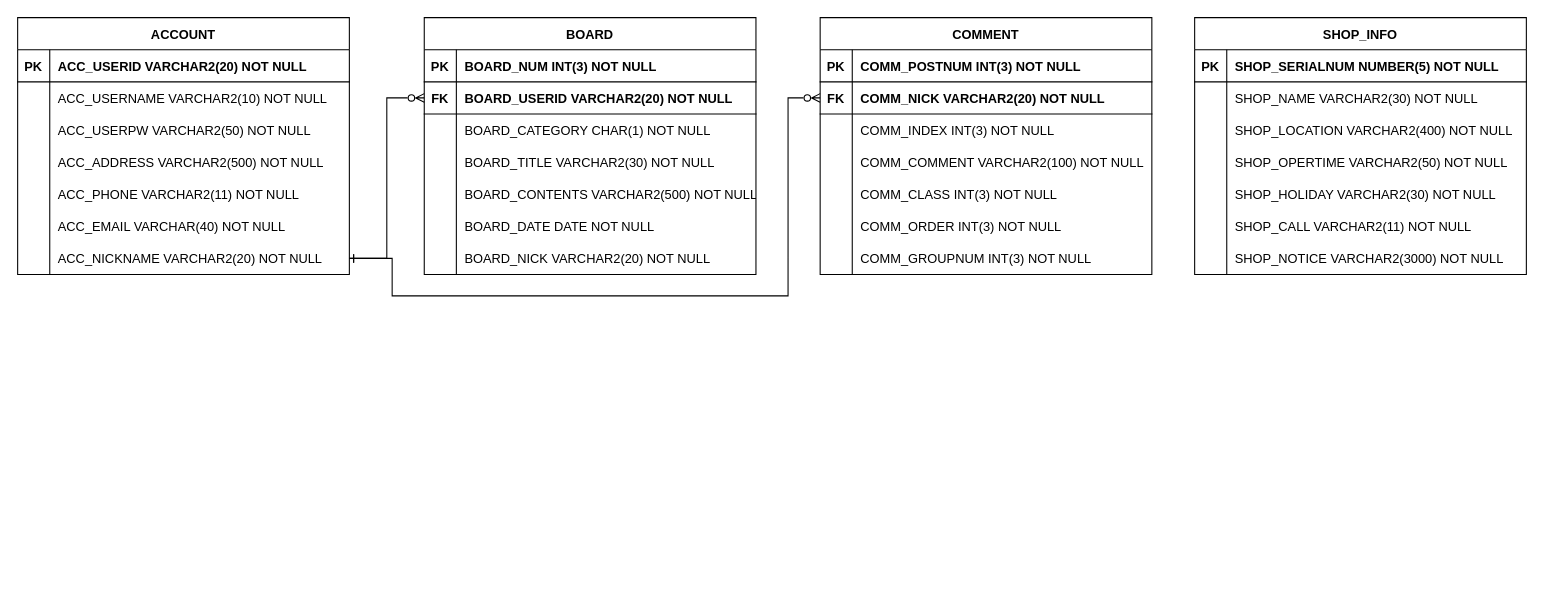
Earlier version of the draw.io diagram page "ENGLISH" (1 of 2) of ERD_capstone.drawio (jgy2808/TERM_Project). Source tidied: cells renumbered, new cells numbered last; positions are measured from the earlier drawing's top-left corner, leaving out a move shared by most shapes. Both pictures are drawn from the tidied source at 107%, with x=0, y=0 at pixel (17, 17).
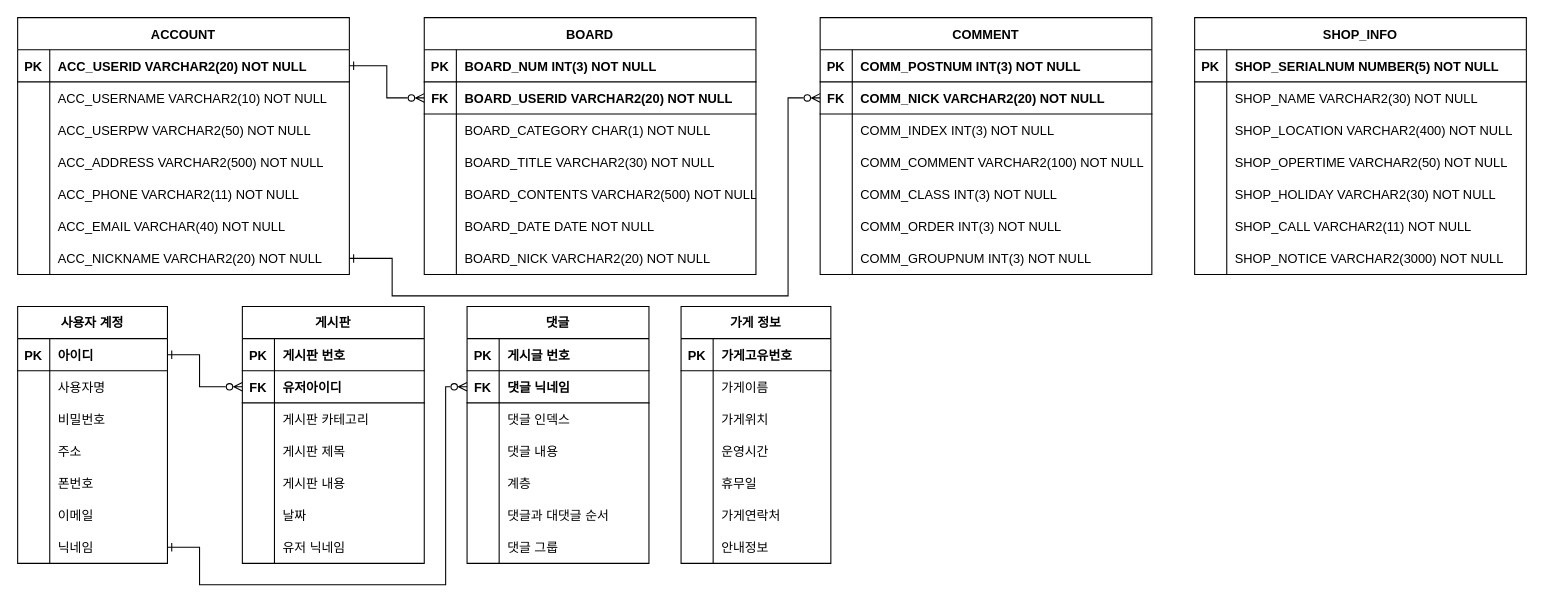
The same diagram, later.

Unchanged cells that the change refers to:
```xml
<mxCell id="3" style="shape=partialRectangle;fillColor=none;points=[[0,0.5],[1,0.5]];portConstraint=eastwest;top=0;left=0;right=0;bottom=1;" parent="2" vertex="1">
  <mxGeometry y="30" width="310" height="30" as="geometry" />
</mxCell>
<mxCell id="21" style="shape=partialRectangle;fillColor=none;points=[[0,0.5],[1,0.5]];portConstraint=eastwest;top=0;left=0;right=0;bottom=0;" parent="2" vertex="1">
  <mxGeometry y="210" width="310" height="30" as="geometry" />
</mxCell>
<mxCell id="28" style="shape=partialRectangle;fillColor=none;points=[[0,0.5],[1,0.5]];portConstraint=eastwest;top=0;left=0;right=0;bottom=1;" parent="24" vertex="1">
  <mxGeometry y="60" width="310" height="30" as="geometry" />
</mxCell>
```

Change to the diagram source:
```diff
@@
-    <mxCell id="68" style="edgeStyle=orthogonalEdgeStyle;rounded=0;jettySize=auto;html=1;exitX=1;exitY=0.5;exitDx=0;exitDy=0;entryX=0;entryY=0.5;entryDx=0;entryDy=0;endArrow=ERzeroToMany;endFill=0;startArrow=ERone;startFill=0;" parent="1" edge="1" source="21" target="28">
+    <mxCell id="68" style="edgeStyle=orthogonalEdgeStyle;rounded=0;jettySize=auto;html=1;exitX=1;exitY=0.5;exitDx=0;exitDy=0;entryX=0;entryY=0.5;entryDx=0;entryDy=0;endArrow=ERzeroToMany;endFill=0;startArrow=ERone;startFill=0;" parent="1" edge="1" source="3" target="28">
       <mxGeometry relative="1" as="geometry" />
     </mxCell>
@@
+    <mxCell id="92" value="사용자 계정" style="shape=table;startSize=30;childLayout=tableLayout;rowLines=0;fontStyle=1;align=center;" parent="1" vertex="1">
+      <mxGeometry y="270" width="140" height="240" as="geometry" />
+    </mxCell>
+    <mxCell id="93" style="shape=partialRectangle;fillColor=none;points=[[0,0.5],[1,0.5]];portConstraint=eastwest;top=0;left=0;right=0;bottom=1;" parent="92" vertex="1">
+      <mxGeometry y="30" width="140" height="30" as="geometry" />
+    </mxCell>
+    <mxCell id="94" value="PK" style="shape=partialRectangle;overflow=hidden;fillColor=none;top=0;left=0;bottom=0;right=0;fontStyle=1;" parent="93" vertex="1">
+      <mxGeometry width="30" height="30" as="geometry" />
+    </mxCell>
+    <mxCell id="95" value="아이디" style="shape=partialRectangle;overflow=hidden;fillColor=none;top=0;left=0;bottom=0;right=0;align=left;spacingLeft=6;fontStyle=1;" parent="93" vertex="1">
+      <mxGeometry x="30" width="110" height="30" as="geometry" />
+    </mxCell>
+    <mxCell id="96" style="shape=partialRectangle;fillColor=none;top=0;left=0;right=0;bottom=0;" parent="92" vertex="1">
+      <mxGeometry y="60" width="140" height="30" as="geometry" />
+    </mxCell>
+    <mxCell id="97" style="shape=partialRectangle;overflow=hidden;fillColor=none;top=0;left=0;bottom=0;right=0;" parent="96" vertex="1">
+      <mxGeometry width="30" height="30" as="geometry" />
+    </mxCell>
+    <mxCell id="98" value="사용자명" style="shape=partialRectangle;overflow=hidden;fillColor=none;top=0;left=0;bottom=0;right=0;align=left;spacingLeft=6;" parent="96" vertex="1">
+      <mxGeometry x="30" width="110" height="30" as="geometry" />
+    </mxCell>
+    <mxCell id="99" style="shape=partialRectangle;fillColor=none;top=0;left=0;right=0;bottom=0;" parent="92" vertex="1">
+      <mxGeometry y="90" width="140" height="30" as="geometry" />
+    </mxCell>
+    <mxCell id="100" style="shape=partialRectangle;overflow=hidden;fillColor=none;top=0;left=0;bottom=0;right=0;" parent="99" vertex="1">
+      <mxGeometry width="30" height="30" as="geometry" />
+    </mxCell>
+    <mxCell id="101" value="비밀번호" style="shape=partialRectangle;overflow=hidden;fillColor=none;top=0;left=0;bottom=0;right=0;align=left;spacingLeft=6;" parent="99" vertex="1">
+      <mxGeometry x="30" width="110" height="30" as="geometry" />
+    </mxCell>
+    <mxCell id="102" style="shape=partialRectangle;fillColor=none;top=0;left=0;right=0;bottom=0;" parent="92" vertex="1">
+      <mxGeometry y="120" width="140" height="30" as="geometry" />
+    </mxCell>
+    <mxCell id="103" style="shape=partialRectangle;overflow=hidden;fillColor=none;top=0;left=0;bottom=0;right=0;" parent="102" vertex="1">
+      <mxGeometry width="30" height="30" as="geometry" />
+    </mxCell>
+    <mxCell id="104" value="주소" style="shape=partialRectangle;overflow=hidden;fillColor=none;top=0;left=0;bottom=0;right=0;align=left;spacingLeft=6;" parent="102" vertex="1">
+      <mxGeometry x="30" width="110" height="30" as="geometry" />
+    </mxCell>
+    <mxCell id="105" style="shape=partialRectangle;fillColor=none;top=0;left=0;right=0;bottom=0;" parent="92" vertex="1">
+      <mxGeometry y="150" width="140" height="30" as="geometry" />
+    </mxCell>
+    <mxCell id="106" style="shape=partialRectangle;overflow=hidden;fillColor=none;top=0;left=0;bottom=0;right=0;" parent="105" vertex="1">
+      <mxGeometry width="30" height="30" as="geometry" />
+    </mxCell>
+    <mxCell id="107" value="폰번호" style="shape=partialRectangle;overflow=hidden;fillColor=none;top=0;left=0;bottom=0;right=0;align=left;spacingLeft=6;" parent="105" vertex="1">
+      <mxGeometry x="30" width="110" height="30" as="geometry" />
+    </mxCell>
+    <mxCell id="108" style="shape=partialRectangle;fillColor=none;top=0;left=0;right=0;bottom=0;" parent="92" vertex="1">
+      <mxGeometry y="180" width="140" height="30" as="geometry" />
+    </mxCell>
+    <mxCell id="109" style="shape=partialRectangle;overflow=hidden;fillColor=none;top=0;left=0;bottom=0;right=0;" parent="108" vertex="1">
+      <mxGeometry width="30" height="30" as="geometry" />
+    </mxCell>
+    <mxCell id="110" value="이메일" style="shape=partialRectangle;overflow=hidden;fillColor=none;top=0;left=0;bottom=0;right=0;align=left;spacingLeft=6;" parent="108" vertex="1">
+      <mxGeometry x="30" width="110" height="30" as="geometry" />
+    </mxCell>
+    <mxCell id="111" style="shape=partialRectangle;fillColor=none;points=[[0,0.5],[1,0.5]];portConstraint=eastwest;top=0;left=0;right=0;bottom=0;" parent="92" vertex="1">
+      <mxGeometry y="210" width="140" height="30" as="geometry" />
+    </mxCell>
+    <mxCell id="112" style="shape=partialRectangle;overflow=hidden;fillColor=none;top=0;left=0;bottom=0;right=0;" parent="111" vertex="1">
+      <mxGeometry width="30" height="30" as="geometry" />
+    </mxCell>
+    <mxCell id="113" value="닉네임" style="shape=partialRectangle;overflow=hidden;fillColor=none;top=0;left=0;bottom=0;right=0;align=left;spacingLeft=6;" parent="111" vertex="1">
+      <mxGeometry x="30" width="110" height="30" as="geometry" />
+    </mxCell>
+    <mxCell id="114" value="게시판" style="shape=table;startSize=30;childLayout=tableLayout;rowLines=0;fontStyle=1;align=center;" parent="1" vertex="1">
+      <mxGeometry x="210" y="270" width="170" height="240" as="geometry" />
+    </mxCell>
+    <mxCell id="115" style="shape=partialRectangle;fillColor=none;top=0;left=0;right=0;bottom=1;" parent="114" vertex="1">
+      <mxGeometry y="30" width="170" height="30" as="geometry" />
+    </mxCell>
+    <mxCell id="116" value="PK" style="shape=partialRectangle;overflow=hidden;fillColor=none;top=0;left=0;bottom=0;right=0;fontStyle=1;" parent="115" vertex="1">
+      <mxGeometry width="30" height="30" as="geometry" />
+    </mxCell>
+    <mxCell id="117" value="게시판 번호" style="shape=partialRectangle;overflow=hidden;fillColor=none;top=0;left=0;bottom=0;right=0;align=left;spacingLeft=6;fontStyle=1;" parent="115" vertex="1">
+      <mxGeometry x="30" width="140" height="30" as="geometry" />
+    </mxCell>
+    <mxCell id="118" style="shape=partialRectangle;fillColor=none;points=[[0,0.5],[1,0.5]];portConstraint=eastwest;top=0;left=0;right=0;bottom=1;" parent="114" vertex="1">
+      <mxGeometry y="60" width="170" height="30" as="geometry" />
+    </mxCell>
+    <mxCell id="119" value="FK" style="shape=partialRectangle;overflow=hidden;fillColor=none;top=0;left=0;bottom=0;right=0;fontStyle=1;" parent="118" vertex="1">
+      <mxGeometry width="30" height="30" as="geometry" />
+    </mxCell>
+    <mxCell id="120" value="유저아이디" style="shape=partialRectangle;overflow=hidden;fillColor=none;top=0;left=0;bottom=0;right=0;align=left;spacingLeft=6;fontStyle=1;" parent="118" vertex="1">
+      <mxGeometry x="30" width="140" height="30" as="geometry" />
+    </mxCell>
+    <mxCell id="121" style="shape=partialRectangle;fillColor=none;top=0;left=0;right=0;bottom=0;" parent="114" vertex="1">
+      <mxGeometry y="90" width="170" height="30" as="geometry" />
+    </mxCell>
+    <mxCell id="122" style="shape=partialRectangle;overflow=hidden;fillColor=none;top=0;left=0;bottom=0;right=0;" parent="121" vertex="1">
+      <mxGeometry width="30" height="30" as="geometry" />
+    </mxCell>
+    <mxCell id="123" value="게시판 카테고리" style="shape=partialRectangle;overflow=hidden;fillColor=none;top=0;left=0;bottom=0;right=0;align=left;spacingLeft=6;" parent="121" vertex="1">
+      <mxGeometry x="30" width="140" height="30" as="geometry" />
+    </mxCell>
+    <mxCell id="124" style="shape=partialRectangle;fillColor=none;top=0;left=0;right=0;bottom=0;" parent="114" vertex="1">
+      <mxGeometry y="120" width="170" height="30" as="geometry" />
+    </mxCell>
+    <mxCell id="125" style="shape=partialRectangle;overflow=hidden;fillColor=none;top=0;left=0;bottom=0;right=0;" parent="124" vertex="1">
+      <mxGeometry width="30" height="30" as="geometry" />
+    </mxCell>
+    <mxCell id="126" value="게시판 제목" style="shape=partialRectangle;overflow=hidden;fillColor=none;top=0;left=0;bottom=0;right=0;align=left;spacingLeft=6;" parent="124" vertex="1">
+      <mxGeometry x="30" width="140" height="30" as="geometry" />
+    </mxCell>
+    <mxCell id="127" style="shape=partialRectangle;fillColor=none;top=0;left=0;right=0;bottom=0;" parent="114" vertex="1">
+      <mxGeometry y="150" width="170" height="30" as="geometry" />
+    </mxCell>
+    <mxCell id="128" style="shape=partialRectangle;overflow=hidden;fillColor=none;top=0;left=0;bottom=0;right=0;" parent="127" vertex="1">
+      <mxGeometry width="30" height="30" as="geometry" />
+    </mxCell>
+    <mxCell id="129" value="게시판 내용" style="shape=partialRectangle;overflow=hidden;fillColor=none;top=0;left=0;bottom=0;right=0;align=left;spacingLeft=6;" parent="127" vertex="1">
+      <mxGeometry x="30" width="140" height="30" as="geometry" />
+    </mxCell>
+    <mxCell id="130" style="shape=partialRectangle;fillColor=none;top=0;left=0;right=0;bottom=0;" parent="114" vertex="1">
+      <mxGeometry y="180" width="170" height="30" as="geometry" />
+    </mxCell>
+    <mxCell id="131" style="shape=partialRectangle;overflow=hidden;fillColor=none;top=0;left=0;bottom=0;right=0;" parent="130" vertex="1">
+      <mxGeometry width="30" height="30" as="geometry" />
+    </mxCell>
+    <mxCell id="132" value="날짜" style="shape=partialRectangle;overflow=hidden;fillColor=none;top=0;left=0;bottom=0;right=0;align=left;spacingLeft=6;" parent="130" vertex="1">
+      <mxGeometry x="30" width="140" height="30" as="geometry" />
+    </mxCell>
+    <mxCell id="133" style="shape=partialRectangle;fillColor=none;top=0;left=0;right=0;bottom=0;" parent="114" vertex="1">
+      <mxGeometry y="210" width="170" height="30" as="geometry" />
+    </mxCell>
+    <mxCell id="134" style="shape=partialRectangle;overflow=hidden;fillColor=none;top=0;left=0;bottom=0;right=0;" parent="133" vertex="1">
+      <mxGeometry width="30" height="30" as="geometry" />
+    </mxCell>
+    <mxCell id="135" value="유저 닉네임" style="shape=partialRectangle;overflow=hidden;fillColor=none;top=0;left=0;bottom=0;right=0;align=left;spacingLeft=6;" parent="133" vertex="1">
+      <mxGeometry x="30" width="140" height="30" as="geometry" />
+    </mxCell>
+    <mxCell id="136" value="가게 정보" style="shape=table;startSize=30;childLayout=tableLayout;rowLines=0;fontStyle=1;align=center;" parent="1" vertex="1">
+      <mxGeometry x="620" y="270" width="140" height="240" as="geometry" />
+    </mxCell>
+    <mxCell id="137" style="shape=partialRectangle;fillColor=none;top=0;left=0;right=0;bottom=1;" parent="136" vertex="1">
+      <mxGeometry y="30" width="140" height="30" as="geometry" />
+    </mxCell>
+    <mxCell id="138" value="PK" style="shape=partialRectangle;overflow=hidden;fillColor=none;top=0;left=0;bottom=0;right=0;fontStyle=1;" parent="137" vertex="1">
+      <mxGeometry width="30" height="30" as="geometry" />
+    </mxCell>
+    <mxCell id="139" value="가게고유번호" style="shape=partialRectangle;overflow=hidden;fillColor=none;top=0;left=0;bottom=0;right=0;align=left;spacingLeft=6;fontStyle=1;" parent="137" vertex="1">
+      <mxGeometry x="30" width="110" height="30" as="geometry" />
+    </mxCell>
+    <mxCell id="140" style="shape=partialRectangle;fillColor=none;top=0;left=0;right=0;bottom=0;" parent="136" vertex="1">
+      <mxGeometry y="60" width="140" height="30" as="geometry" />
+    </mxCell>
+    <mxCell id="141" style="shape=partialRectangle;overflow=hidden;fillColor=none;top=0;left=0;bottom=0;right=0;" parent="140" vertex="1">
+      <mxGeometry width="30" height="30" as="geometry" />
+    </mxCell>
+    <mxCell id="142" value="가게이름" style="shape=partialRectangle;overflow=hidden;fillColor=none;top=0;left=0;bottom=0;right=0;align=left;spacingLeft=6;" parent="140" vertex="1">
+      <mxGeometry x="30" width="110" height="30" as="geometry" />
+    </mxCell>
+    <mxCell id="143" style="shape=partialRectangle;fillColor=none;top=0;left=0;right=0;bottom=0;" parent="136" vertex="1">
+      <mxGeometry y="90" width="140" height="30" as="geometry" />
+    </mxCell>
+    <mxCell id="144" style="shape=partialRectangle;overflow=hidden;fillColor=none;top=0;left=0;bottom=0;right=0;" parent="143" vertex="1">
+      <mxGeometry width="30" height="30" as="geometry" />
+    </mxCell>
+    <mxCell id="145" value="가게위치" style="shape=partialRectangle;overflow=hidden;fillColor=none;top=0;left=0;bottom=0;right=0;align=left;spacingLeft=6;" parent="143" vertex="1">
+      <mxGeometry x="30" width="110" height="30" as="geometry" />
+    </mxCell>
+    <mxCell id="146" style="shape=partialRectangle;fillColor=none;top=0;left=0;right=0;bottom=0;" parent="136" vertex="1">
+      <mxGeometry y="120" width="140" height="30" as="geometry" />
+    </mxCell>
+    <mxCell id="147" style="shape=partialRectangle;overflow=hidden;fillColor=none;top=0;left=0;bottom=0;right=0;" parent="146" vertex="1">
+      <mxGeometry width="30" height="30" as="geometry" />
+    </mxCell>
+    <mxCell id="148" value="운영시간" style="shape=partialRectangle;overflow=hidden;fillColor=none;top=0;left=0;bottom=0;right=0;align=left;spacingLeft=6;" parent="146" vertex="1">
+      <mxGeometry x="30" width="110" height="30" as="geometry" />
+    </mxCell>
+    <mxCell id="149" style="shape=partialRectangle;fillColor=none;top=0;left=0;right=0;bottom=0;" parent="136" vertex="1">
+      <mxGeometry y="150" width="140" height="30" as="geometry" />
+    </mxCell>
+    <mxCell id="150" style="shape=partialRectangle;overflow=hidden;fillColor=none;top=0;left=0;bottom=0;right=0;" parent="149" vertex="1">
+      <mxGeometry width="30" height="30" as="geometry" />
+    </mxCell>
+    <mxCell id="151" value="휴무일" style="shape=partialRectangle;overflow=hidden;fillColor=none;top=0;left=0;bottom=0;right=0;align=left;spacingLeft=6;" parent="149" vertex="1">
+      <mxGeometry x="30" width="110" height="30" as="geometry" />
+    </mxCell>
+    <mxCell id="152" style="shape=partialRectangle;fillColor=none;top=0;left=0;right=0;bottom=0;" parent="136" vertex="1">
+      <mxGeometry y="180" width="140" height="30" as="geometry" />
+    </mxCell>
+    <mxCell id="153" style="shape=partialRectangle;overflow=hidden;fillColor=none;top=0;left=0;bottom=0;right=0;" parent="152" vertex="1">
+      <mxGeometry width="30" height="30" as="geometry" />
+    </mxCell>
+    <mxCell id="154" value="가게연락처" style="shape=partialRectangle;overflow=hidden;fillColor=none;top=0;left=0;bottom=0;right=0;align=left;spacingLeft=6;" parent="152" vertex="1">
+      <mxGeometry x="30" width="110" height="30" as="geometry" />
+    </mxCell>
+    <mxCell id="155" style="shape=partialRectangle;fillColor=none;top=0;left=0;right=0;bottom=0;" parent="136" vertex="1">
+      <mxGeometry y="210" width="140" height="30" as="geometry" />
+    </mxCell>
+    <mxCell id="156" style="shape=partialRectangle;overflow=hidden;fillColor=none;top=0;left=0;bottom=0;right=0;" parent="155" vertex="1">
+      <mxGeometry width="30" height="30" as="geometry" />
+    </mxCell>
+    <mxCell id="157" value="안내정보" style="shape=partialRectangle;overflow=hidden;fillColor=none;top=0;left=0;bottom=0;right=0;align=left;spacingLeft=6;" parent="155" vertex="1">
+      <mxGeometry x="30" width="110" height="30" as="geometry" />
+    </mxCell>
+    <mxCell id="158" style="edgeStyle=orthogonalEdgeStyle;rounded=0;jettySize=auto;html=1;exitX=1;exitY=0.5;exitDx=0;exitDy=0;entryX=0;entryY=0.5;entryDx=0;entryDy=0;endArrow=ERzeroToMany;endFill=0;startArrow=ERone;startFill=0;" parent="1" edge="1" source="93" target="118">
+      <mxGeometry relative="1" as="geometry">
+        <Array as="points">
+          <mxPoint x="170" y="315" />
+          <mxPoint x="170" y="345" />
+        </Array>
+      </mxGeometry>
+    </mxCell>
+    <mxCell id="159" value="댓글" style="shape=table;startSize=30;childLayout=tableLayout;rowLines=0;fontStyle=1;align=center;" parent="1" vertex="1">
+      <mxGeometry x="420" y="270" width="170" height="240" as="geometry" />
+    </mxCell>
+    <mxCell id="160" style="shape=partialRectangle;fillColor=none;top=0;left=0;right=0;bottom=1;" parent="159" vertex="1">
+      <mxGeometry y="30" width="170" height="30" as="geometry" />
+    </mxCell>
+    <mxCell id="161" value="PK" style="shape=partialRectangle;overflow=hidden;fillColor=none;top=0;left=0;bottom=0;right=0;fontStyle=1;" parent="160" vertex="1">
+      <mxGeometry width="30" height="30" as="geometry" />
+    </mxCell>
+    <mxCell id="162" value="게시글 번호" style="shape=partialRectangle;overflow=hidden;fillColor=none;top=0;left=0;bottom=0;right=0;align=left;spacingLeft=6;fontStyle=1;" parent="160" vertex="1">
+      <mxGeometry x="30" width="140" height="30" as="geometry" />
+    </mxCell>
+    <mxCell id="163" style="shape=partialRectangle;fillColor=none;points=[[0,0.5],[1,0.5]];portConstraint=eastwest;top=0;left=0;right=0;bottom=1;" parent="159" vertex="1">
+      <mxGeometry y="60" width="170" height="30" as="geometry" />
+    </mxCell>
+    <mxCell id="164" value="FK" style="shape=partialRectangle;overflow=hidden;fillColor=none;top=0;left=0;bottom=0;right=0;fontStyle=1;" parent="163" vertex="1">
+      <mxGeometry width="30" height="30" as="geometry" />
+    </mxCell>
+    <mxCell id="165" value="댓글 닉네임" style="shape=partialRectangle;overflow=hidden;fillColor=none;top=0;left=0;bottom=0;right=0;align=left;spacingLeft=6;fontStyle=1;" parent="163" vertex="1">
+      <mxGeometry x="30" width="140" height="30" as="geometry" />
+    </mxCell>
+    <mxCell id="166" style="shape=partialRectangle;fillColor=none;top=0;left=0;right=0;bottom=0;" parent="159" vertex="1">
+      <mxGeometry y="90" width="170" height="30" as="geometry" />
+    </mxCell>
+    <mxCell id="167" style="shape=partialRectangle;overflow=hidden;fillColor=none;top=0;left=0;bottom=0;right=0;" parent="166" vertex="1">
+      <mxGeometry width="30" height="30" as="geometry" />
+    </mxCell>
+    <mxCell id="168" value="댓글 인덱스" style="shape=partialRectangle;overflow=hidden;fillColor=none;top=0;left=0;bottom=0;right=0;align=left;spacingLeft=6;" parent="166" vertex="1">
+      <mxGeometry x="30" width="140" height="30" as="geometry" />
+    </mxCell>
+    <mxCell id="169" style="shape=partialRectangle;fillColor=none;top=0;left=0;right=0;bottom=0;" parent="159" vertex="1">
+      <mxGeometry y="120" width="170" height="30" as="geometry" />
+    </mxCell>
+    <mxCell id="170" style="shape=partialRectangle;overflow=hidden;fillColor=none;top=0;left=0;bottom=0;right=0;" parent="169" vertex="1">
+      <mxGeometry width="30" height="30" as="geometry" />
+    </mxCell>
+    <mxCell id="171" value="댓글 내용" style="shape=partialRectangle;overflow=hidden;fillColor=none;top=0;left=0;bottom=0;right=0;align=left;spacingLeft=6;" parent="169" vertex="1">
+      <mxGeometry x="30" width="140" height="30" as="geometry" />
+    </mxCell>
+    <mxCell id="172" style="shape=partialRectangle;fillColor=none;top=0;left=0;right=0;bottom=0;" parent="159" vertex="1">
+      <mxGeometry y="150" width="170" height="30" as="geometry" />
+    </mxCell>
+    <mxCell id="173" style="shape=partialRectangle;overflow=hidden;fillColor=none;top=0;left=0;bottom=0;right=0;" parent="172" vertex="1">
+      <mxGeometry width="30" height="30" as="geometry" />
+    </mxCell>
+    <mxCell id="174" value="계층" style="shape=partialRectangle;overflow=hidden;fillColor=none;top=0;left=0;bottom=0;right=0;align=left;spacingLeft=6;" parent="172" vertex="1">
+      <mxGeometry x="30" width="140" height="30" as="geometry" />
+    </mxCell>
+    <mxCell id="175" style="shape=partialRectangle;fillColor=none;top=0;left=0;right=0;bottom=0;" parent="159" vertex="1">
+      <mxGeometry y="180" width="170" height="30" as="geometry" />
+    </mxCell>
+    <mxCell id="176" style="shape=partialRectangle;overflow=hidden;fillColor=none;top=0;left=0;bottom=0;right=0;" parent="175" vertex="1">
+      <mxGeometry width="30" height="30" as="geometry" />
+    </mxCell>
+    <mxCell id="177" value="댓글과 대댓글 순서" style="shape=partialRectangle;overflow=hidden;fillColor=none;top=0;left=0;bottom=0;right=0;align=left;spacingLeft=6;" parent="175" vertex="1">
+      <mxGeometry x="30" width="140" height="30" as="geometry" />
+    </mxCell>
+    <mxCell id="178" style="shape=partialRectangle;fillColor=none;top=0;left=0;right=0;bottom=0;" parent="159" vertex="1">
+      <mxGeometry y="210" width="170" height="30" as="geometry" />
+    </mxCell>
+    <mxCell id="179" style="shape=partialRectangle;overflow=hidden;fillColor=none;top=0;left=0;bottom=0;right=0;" parent="178" vertex="1">
+      <mxGeometry width="30" height="30" as="geometry" />
+    </mxCell>
+    <mxCell id="180" value="댓글 그룹" style="shape=partialRectangle;overflow=hidden;fillColor=none;top=0;left=0;bottom=0;right=0;align=left;spacingLeft=6;" parent="178" vertex="1">
+      <mxGeometry x="30" width="140" height="30" as="geometry" />
+    </mxCell>
+    <mxCell id="181" style="edgeStyle=orthogonalEdgeStyle;rounded=0;jettySize=auto;html=1;exitX=1;exitY=0.5;exitDx=0;exitDy=0;entryX=0;entryY=0.5;entryDx=0;entryDy=0;endArrow=ERzeroToMany;endFill=0;startArrow=ERone;startFill=0;" parent="1" edge="1" source="111" target="163">
+      <mxGeometry relative="1" as="geometry">
+        <Array as="points">
+          <mxPoint x="170" y="495" />
+          <mxPoint x="170" y="530" />
+          <mxPoint x="400" y="530" />
+          <mxPoint x="400" y="345" />
+        </Array>
+      </mxGeometry>
+    </mxCell>
```
